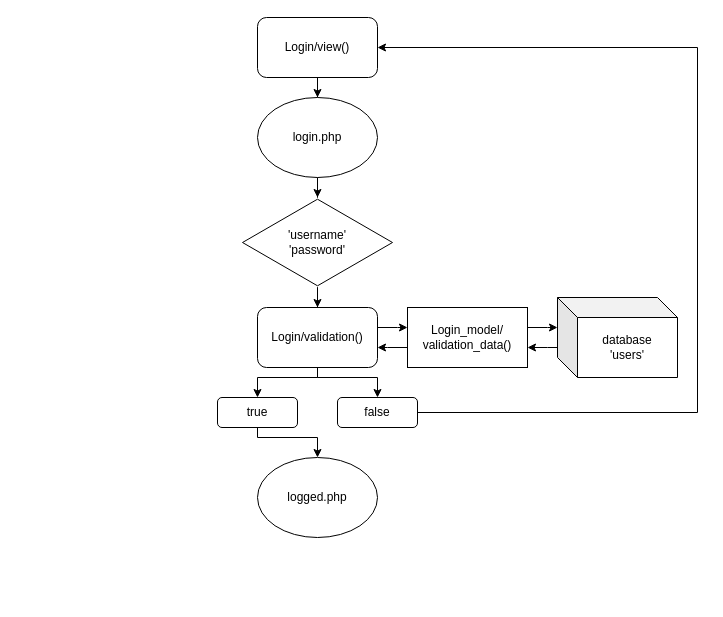
JHFC89/cilogin keeps this draw.io diagram as documentation/Login Diagram.drawio. Above is the earlier version. Source tidied: cells renumbered, new cells numbered last; positions are measured from the earlier drawing's top-left corner, leaving out a move shared by most shapes. Both pictures are drawn from the tidied source at 100%, with x=0, y=0 at pixel (217, 17).
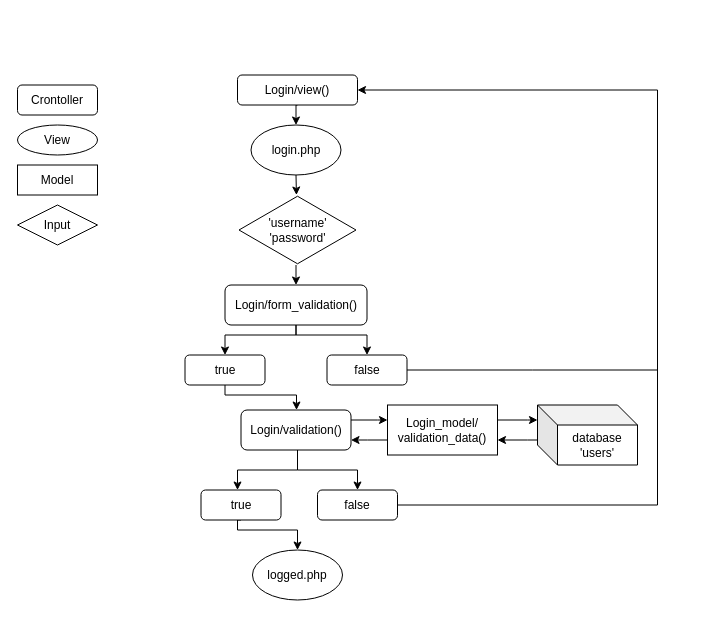
The same diagram, later.

What changed in the source:
```diff
@@
-    <mxCell id="2" style="edgeStyle=orthogonalEdgeStyle;rounded=0;jettySize=auto;html=1;" parent="1" edge="1" source="3" target="7">
+    <mxCell id="2" style="edgeStyle=orthogonalEdgeStyle;rounded=0;jettySize=auto;html=1;exitX=0.5;exitY=1;exitDx=0;exitDy=0;entryX=0.5;entryY=0;entryDx=0;entryDy=0;" parent="1" edge="1" source="3" target="7">
       <mxGeometry relative="1" as="geometry" />
     </mxCell>
     <mxCell id="3" value="Login/view()" style="rounded=1;whiteSpace=wrap;html=1;" parent="1" vertex="1">
-      <mxGeometry x="40" width="120" height="60" as="geometry" />
+      <mxGeometry x="20" y="57.5" width="120" height="30" as="geometry" />
     </mxCell>
-    <mxCell id="4" style="edgeStyle=orthogonalEdgeStyle;rounded=0;jettySize=auto;html=1;" parent="1" edge="1" source="5" target="11">
-      <mxGeometry relative="1" as="geometry" />
-    </mxCell>
+    <mxCell id="22" style="edgeStyle=orthogonalEdgeStyle;rounded=0;jettySize=auto;html=1;entryX=0.5;entryY=0;entryDx=0;entryDy=0;" parent="1" edge="1" source="5" target="25">
+      <mxGeometry relative="1" as="geometry">
+        <Array as="points">
+          <mxPoint x="79" y="247.5" />
+          <mxPoint x="79" y="247.5" />
+        </Array>
+      </mxGeometry>
+    </mxCell>
     <mxCell id="5" value="'username'&lt;br&gt;'password'&lt;br&gt;" style="html=1;whiteSpace=wrap;shape=isoRectangle;" parent="1" vertex="1">
-      <mxGeometry x="25" y="180" width="150" height="90" as="geometry" />
+      <mxGeometry x="21.5" y="177.5" width="117" height="70" as="geometry" />
     </mxCell>
-    <mxCell id="6" style="edgeStyle=orthogonalEdgeStyle;rounded=0;jettySize=auto;html=1;" parent="1" edge="1" source="7" target="5">
+    <mxCell id="6" style="edgeStyle=orthogonalEdgeStyle;rounded=0;jettySize=auto;html=1;exitX=0.5;exitY=1;exitDx=0;exitDy=0;entryX=0.491;entryY=0;entryDx=0;entryDy=0;entryPerimeter=0;" parent="1" edge="1" source="7" target="5">
       <mxGeometry relative="1" as="geometry" />
     </mxCell>
     <mxCell id="7" value="login.php" style="ellipse;whiteSpace=wrap;html=1;" parent="1" vertex="1">
-      <mxGeometry x="40" y="80" width="120" height="80" as="geometry" />
+      <mxGeometry x="33.5" y="107.5" width="90" height="50" as="geometry" />
     </mxCell>
     <mxCell id="8" style="edgeStyle=orthogonalEdgeStyle;rounded=0;jettySize=auto;html=1;" parent="1" edge="1" source="11" target="16">
       <mxGeometry relative="1" as="geometry">
         <Array as="points">
-          <mxPoint x="180" y="310" />
-          <mxPoint x="180" y="310" />
+          <mxPoint x="160" y="402.5" />
+          <mxPoint x="160" y="402.5" />
         </Array>
       </mxGeometry>
     </mxCell>
     <mxCell id="9" style="edgeStyle=orthogonalEdgeStyle;rounded=0;jettySize=auto;html=1;" parent="1" edge="1" source="11" target="13">
       <mxGeometry relative="1" as="geometry">
         <Array as="points">
-          <mxPoint x="100" y="360" />
-          <mxPoint x="40" y="360" />
+          <mxPoint x="80" y="452.5" />
+          <mxPoint x="20" y="452.5" />
         </Array>
       </mxGeometry>
     </mxCell>
     <mxCell id="10" style="edgeStyle=orthogonalEdgeStyle;rounded=0;jettySize=auto;html=1;" parent="1" edge="1" source="11" target="20">
       <mxGeometry relative="1" as="geometry">
         <Array as="points">
-          <mxPoint x="100" y="360" />
-          <mxPoint x="160" y="360" />
+          <mxPoint x="80" y="452.5" />
+          <mxPoint x="140" y="452.5" />
         </Array>
       </mxGeometry>
     </mxCell>
     <mxCell id="11" value="Login/validation()&lt;br&gt;" style="rounded=1;whiteSpace=wrap;html=1;" parent="1" vertex="1">
-      <mxGeometry x="40" y="290" width="120" height="60" as="geometry" />
+      <mxGeometry x="23.5" y="392.5" width="110" height="40" as="geometry" />
     </mxCell>
     <mxCell id="12" style="edgeStyle=orthogonalEdgeStyle;rounded=0;jettySize=auto;html=1;exitX=0.5;exitY=1;exitDx=0;exitDy=0;entryX=0.5;entryY=0;entryDx=0;entryDy=0;" parent="1" edge="1" source="13" target="21">
       <mxGeometry relative="1" as="geometry">
         <Array as="points">
-          <mxPoint x="40" y="420" />
-          <mxPoint x="100" y="420" />
+          <mxPoint x="20" y="512.5" />
+          <mxPoint x="80" y="512.5" />
         </Array>
       </mxGeometry>
     </mxCell>
     <mxCell id="13" value="true&lt;br&gt;" style="rounded=1;whiteSpace=wrap;html=1;" parent="1" vertex="1">
-      <mxGeometry y="380" width="80" height="30" as="geometry" />
+      <mxGeometry x="-16.5" y="472.5" width="80" height="30" as="geometry" />
     </mxCell>
     <mxCell id="14" style="edgeStyle=orthogonalEdgeStyle;rounded=0;jettySize=auto;html=1;" parent="1" edge="1" source="16" target="18">
       <mxGeometry relative="1" as="geometry">
         <Array as="points">
-          <mxPoint x="330" y="310" />
-          <mxPoint x="330" y="310" />
+          <mxPoint x="310" y="402.5" />
+          <mxPoint x="310" y="402.5" />
         </Array>
       </mxGeometry>
     </mxCell>
     <mxCell id="15" style="edgeStyle=orthogonalEdgeStyle;rounded=0;jettySize=auto;html=1;" parent="1" edge="1" source="16" target="11">
       <mxGeometry relative="1" as="geometry">
         <Array as="points">
-          <mxPoint x="170" y="330" />
-          <mxPoint x="170" y="330" />
+          <mxPoint x="150" y="422.5" />
+          <mxPoint x="150" y="422.5" />
         </Array>
       </mxGeometry>
     </mxCell>
     <mxCell id="16" value="Login_model/&lt;br&gt;validation_data()" style="rounded=0;whiteSpace=wrap;html=1;" parent="1" vertex="1">
-      <mxGeometry x="190" y="290" width="120" height="60" as="geometry" />
+      <mxGeometry x="170" y="387.5" width="110" height="50" as="geometry" />
     </mxCell>
     <mxCell id="17" style="edgeStyle=orthogonalEdgeStyle;rounded=0;jettySize=auto;html=1;" parent="1" edge="1" source="18" target="16">
       <mxGeometry relative="1" as="geometry">
         <Array as="points">
-          <mxPoint x="330" y="330" />
-          <mxPoint x="330" y="330" />
+          <mxPoint x="310" y="422.5" />
+          <mxPoint x="310" y="422.5" />
         </Array>
       </mxGeometry>
     </mxCell>
     <mxCell id="18" value="database&lt;br&gt;'users'&lt;br&gt;" style="shape=cube;whiteSpace=wrap;html=1;boundedLbl=1;backgroundOutline=1;darkOpacity=0.05;darkOpacity2=0.1;" parent="1" vertex="1">
-      <mxGeometry x="340" y="280" width="120" height="80" as="geometry" />
+      <mxGeometry x="320" y="387.5" width="100" height="60" as="geometry" />
     </mxCell>
-    <mxCell id="19" style="edgeStyle=orthogonalEdgeStyle;rounded=0;jettySize=auto;html=1;exitX=1;exitY=0.5;exitDx=0;exitDy=0;entryX=1;entryY=0.5;entryDx=0;entryDy=0;" parent="1" edge="1" source="20" target="3">
+    <mxCell id="19" style="edgeStyle=orthogonalEdgeStyle;rounded=0;jettySize=auto;html=1;exitX=1;exitY=0.5;exitDx=0;exitDy=0;" parent="1" edge="1" source="20">
       <mxGeometry relative="1" as="geometry">
+        <mxPoint x="140" y="72.5" as="targetPoint" />
         <Array as="points">
-          <mxPoint x="480" y="395" />
-          <mxPoint x="480" y="30" />
+          <mxPoint x="440" y="487.5" />
+          <mxPoint x="440" y="72.5" />
         </Array>
       </mxGeometry>
     </mxCell>
     <mxCell id="20" value="false" style="rounded=1;whiteSpace=wrap;html=1;" parent="1" vertex="1">
-      <mxGeometry x="120" y="380" width="80" height="30" as="geometry" />
+      <mxGeometry x="100" y="472.5" width="80" height="30" as="geometry" />
     </mxCell>
     <mxCell id="21" value="logged.php" style="ellipse;whiteSpace=wrap;html=1;" parent="1" vertex="1">
-      <mxGeometry x="40" y="440" width="120" height="80" as="geometry" />
+      <mxGeometry x="35" y="532.5" width="90" height="50" as="geometry" />
     </mxCell>
+    <mxCell id="23" style="edgeStyle=orthogonalEdgeStyle;rounded=0;jettySize=auto;html=1;exitX=0.5;exitY=1;exitDx=0;exitDy=0;entryX=0.5;entryY=0;entryDx=0;entryDy=0;" parent="1" edge="1" source="25" target="27">
+      <mxGeometry relative="1" as="geometry">
+        <Array as="points">
+          <mxPoint x="78" y="317.5" />
+          <mxPoint x="8" y="317.5" />
+        </Array>
+      </mxGeometry>
+    </mxCell>
+    <mxCell id="24" style="edgeStyle=orthogonalEdgeStyle;rounded=0;jettySize=auto;html=1;exitX=0.5;exitY=1;exitDx=0;exitDy=0;entryX=0.5;entryY=0;entryDx=0;entryDy=0;shadow=0;" parent="1" edge="1" source="25" target="29">
+      <mxGeometry relative="1" as="geometry">
+        <Array as="points">
+          <mxPoint x="78" y="317.5" />
+          <mxPoint x="149" y="317.5" />
+        </Array>
+      </mxGeometry>
+    </mxCell>
+    <mxCell id="25" value="Login/form_validation()" style="rounded=1;whiteSpace=wrap;html=1;" parent="1" vertex="1">
+      <mxGeometry x="7.5" y="267.5" width="142" height="40" as="geometry" />
+    </mxCell>
+    <mxCell id="26" style="edgeStyle=orthogonalEdgeStyle;rounded=0;jettySize=auto;html=1;exitX=0.5;exitY=1;exitDx=0;exitDy=0;" parent="1" edge="1" source="27">
+      <mxGeometry relative="1" as="geometry">
+        <mxPoint x="79" y="392.5" as="targetPoint" />
+        <Array as="points">
+          <mxPoint x="8" y="377.5" />
+          <mxPoint x="79" y="377.5" />
+        </Array>
+      </mxGeometry>
+    </mxCell>
+    <mxCell id="27" value="true&lt;br&gt;" style="rounded=1;whiteSpace=wrap;html=1;" parent="1" vertex="1">
+      <mxGeometry x="-32.5" y="337.5" width="80" height="30" as="geometry" />
+    </mxCell>
+    <mxCell id="28" style="edgeStyle=orthogonalEdgeStyle;rounded=0;jettySize=auto;html=1;exitX=1;exitY=0.5;exitDx=0;exitDy=0;endArrow=none;endFill=0;" parent="1" edge="1" source="29">
+      <mxGeometry relative="1" as="geometry">
+        <mxPoint x="440" y="352.5" as="targetPoint" />
+      </mxGeometry>
+    </mxCell>
+    <mxCell id="29" value="false" style="rounded=1;whiteSpace=wrap;html=1;" parent="1" vertex="1">
+      <mxGeometry x="109.5" y="337.5" width="80" height="30" as="geometry" />
+    </mxCell>
+    <mxCell id="30" value="Crontoller" style="rounded=1;whiteSpace=wrap;html=1;" parent="1" vertex="1">
+      <mxGeometry x="-200" y="67.5" width="80" height="30" as="geometry" />
+    </mxCell>
+    <mxCell id="31" value="View" style="ellipse;whiteSpace=wrap;html=1;" parent="1" vertex="1">
+      <mxGeometry x="-200" y="107.5" width="80" height="30" as="geometry" />
+    </mxCell>
+    <mxCell id="32" value="Model" style="rounded=0;whiteSpace=wrap;html=1;" parent="1" vertex="1">
+      <mxGeometry x="-200" y="147.5" width="80" height="30" as="geometry" />
+    </mxCell>
+    <mxCell id="33" value="Input" style="rhombus;whiteSpace=wrap;html=1;" parent="1" vertex="1">
+      <mxGeometry x="-200" y="187.5" width="80" height="40" as="geometry" />
+    </mxCell>
```
